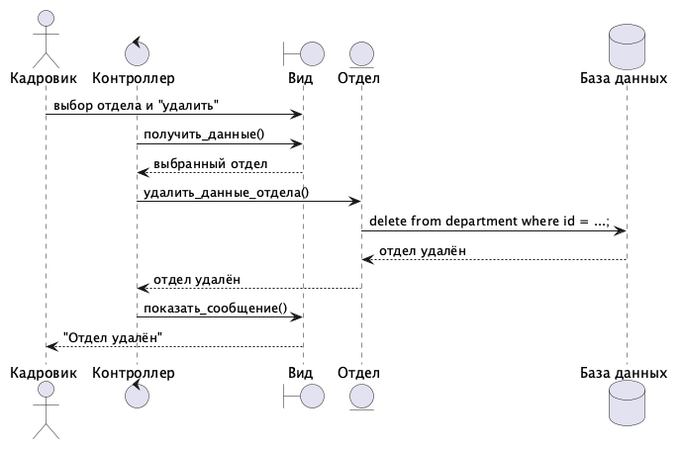
This is 1 семестр/lab05-sequence/src/seq-05-delete.png from olegstiv/kravchuk.o, a PlantUML export, as it was before one commit.
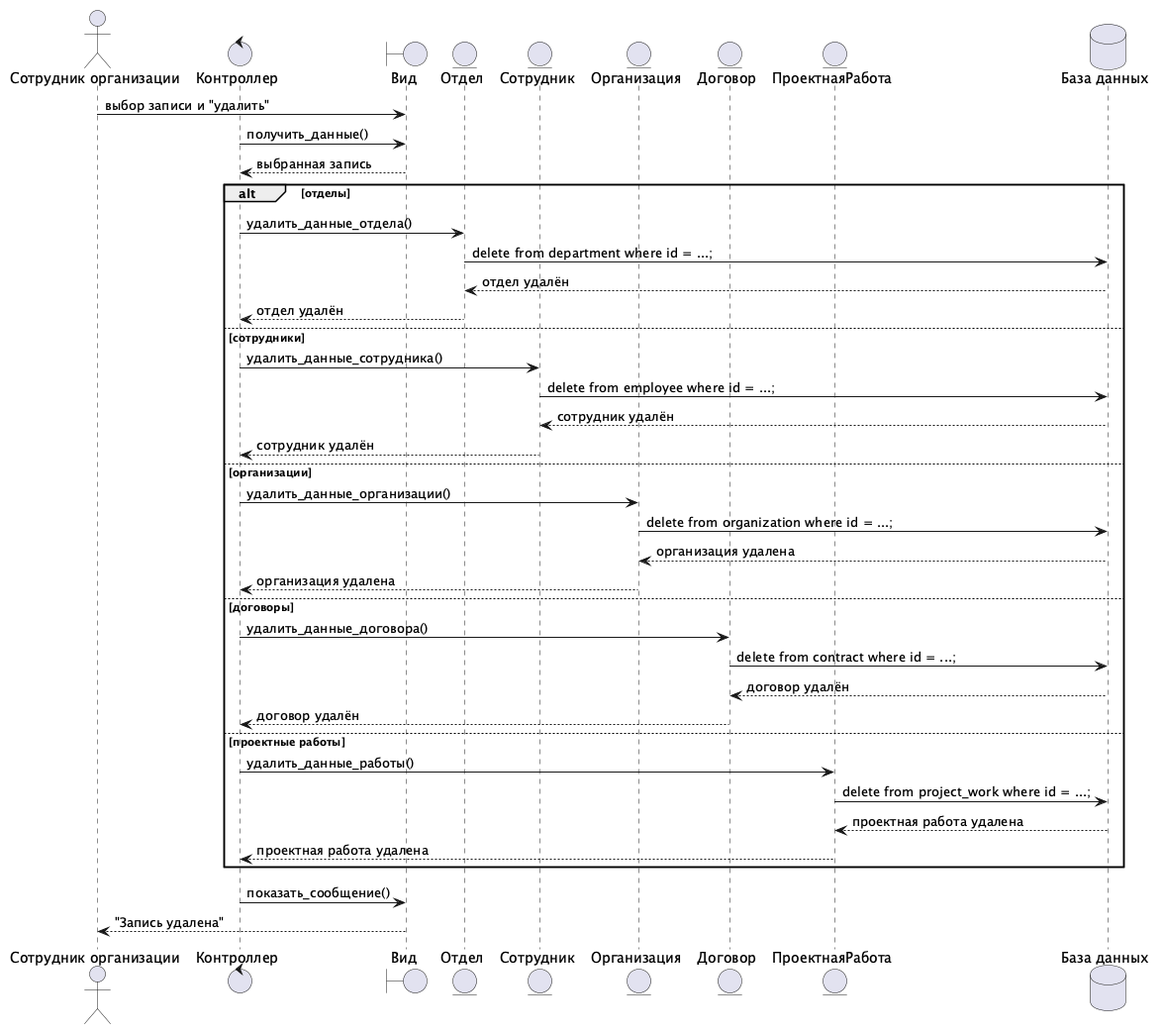
Later version of the same file.

Diff of the diagram source:
```diff
@@ -1,17 +1,43 @@
 @startuml
-actor       Кадровик as U
+actor       "Сотрудник организации" as U
 control     Контроллер
 boundary    Вид
 entity      Отдел
+entity      Сотрудник
+entity      Организация
+entity      Договор
+entity      ПроектнаяРабота
 database    "База данных"
 
-U -> Вид : выбор отдела и "удалить"
+U -> Вид : выбор записи и "удалить"
 Контроллер -> Вид : получить_данные()
-return выбранный отдел
-Контроллер -> Отдел : удалить_данные_отдела()
-Отдел -> "База данных" : delete from department where id = ...;
-return отдел удалён
-Контроллер <-- Отдел : отдел удалён
+return выбранная запись
+alt отделы
+  Контроллер -> Отдел : удалить_данные_отдела()
+  Отдел -> "База данных" : delete from department where id = ...;
+  return отдел удалён
+  Контроллер <-- Отдел : отдел удалён
+else сотрудники
+  Контроллер -> Сотрудник : удалить_данные_сотрудника()
+  Сотрудник -> "База данных" : delete from employee where id = ...;
+  return сотрудник удалён
+  Контроллер <-- Сотрудник : сотрудник удалён
+else организации
+  Контроллер -> Организация : удалить_данные_организации()
+  Организация -> "База данных" : delete from organization where id = ...;
+  return организация удалена
+  Контроллер <-- Организация : организация удалена
+else договоры
+  Контроллер -> Договор : удалить_данные_договора()
+  Договор -> "База данных" : delete from contract where id = ...;
+  return договор удалён
+  Контроллер <-- Договор : договор удалён
+else проектные работы
+  Контроллер -> ПроектнаяРабота : удалить_данные_работы()
+  ПроектнаяРабота -> "База данных" : delete from project_work where id = ...;
+  return проектная работа удалена
+  Контроллер <-- ПроектнаяРабота : проектная работа удалена
+end
 Контроллер -> Вид : показать_сообщение()
-U <-- Вид : "Отдел удалён"
+U <-- Вид : "Запись удалена"
 @enduml
```
